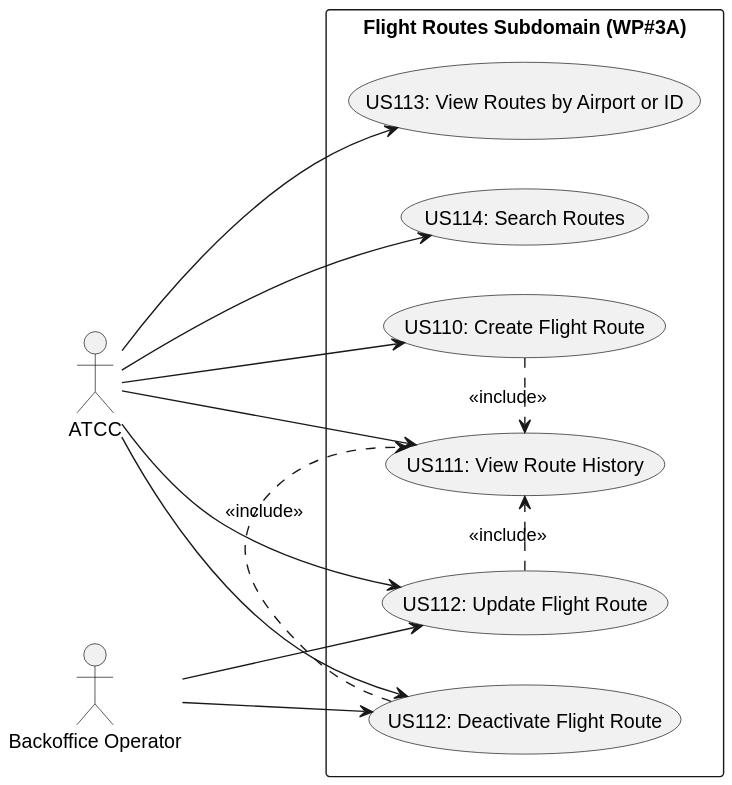
Above: docs/use-cases/WP#3A/svg/WP#3A-UCD.svg in Andre-1240567/psoft2026_2DB_1240567_1241013_1240624 (PlantUML), before the change. Its diagram source:
```plantuml
@startuml
left to right direction
skinparam packageStyle rectangle

actor "ATCC" as ATCC
actor "Backoffice Operator" as BO

package "Flight Routes Subdomain (WP#3A)" {
    usecase "US110: Create Flight Route" as US110
    usecase "US111: View Route History" as US111
    usecase "US112: Update Flight Route" as US112_Update
    usecase "US112: Deactivate Flight Route" as US112_Deactivate
    usecase "US113: View Routes by Airport or ID" as US113
    usecase "US114: Search Routes" as US114
}

ATCC --> US110
ATCC --> US111
ATCC --> US112_Update
ATCC --> US112_Deactivate
ATCC --> US113
ATCC --> US114

BO --> US112_Update
BO --> US112_Deactivate

US110 .> US111 : <<include>>
US112_Update .> US111 : <<include>>
US112_Deactivate .> US111 : <<include>>
@enduml
```
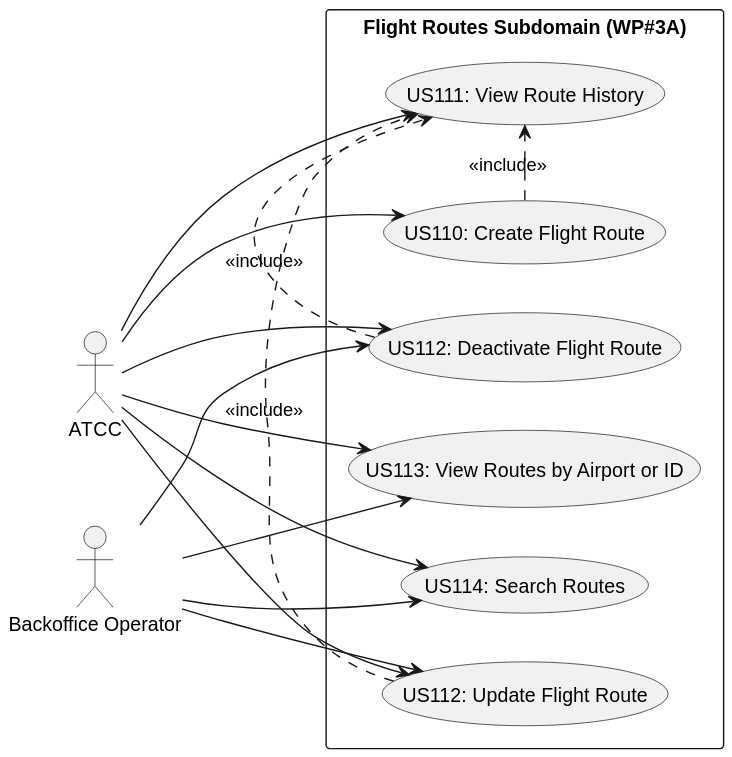
After the commit.

The edit, as a diff of the source:
```diff
@@ -23,6 +23,8 @@
 
 BO --> US112_Update
 BO --> US112_Deactivate
+BO --> US113
+BO --> US114
 
 US110 .> US111 : <<include>>
 US112_Update .> US111 : <<include>>
```
